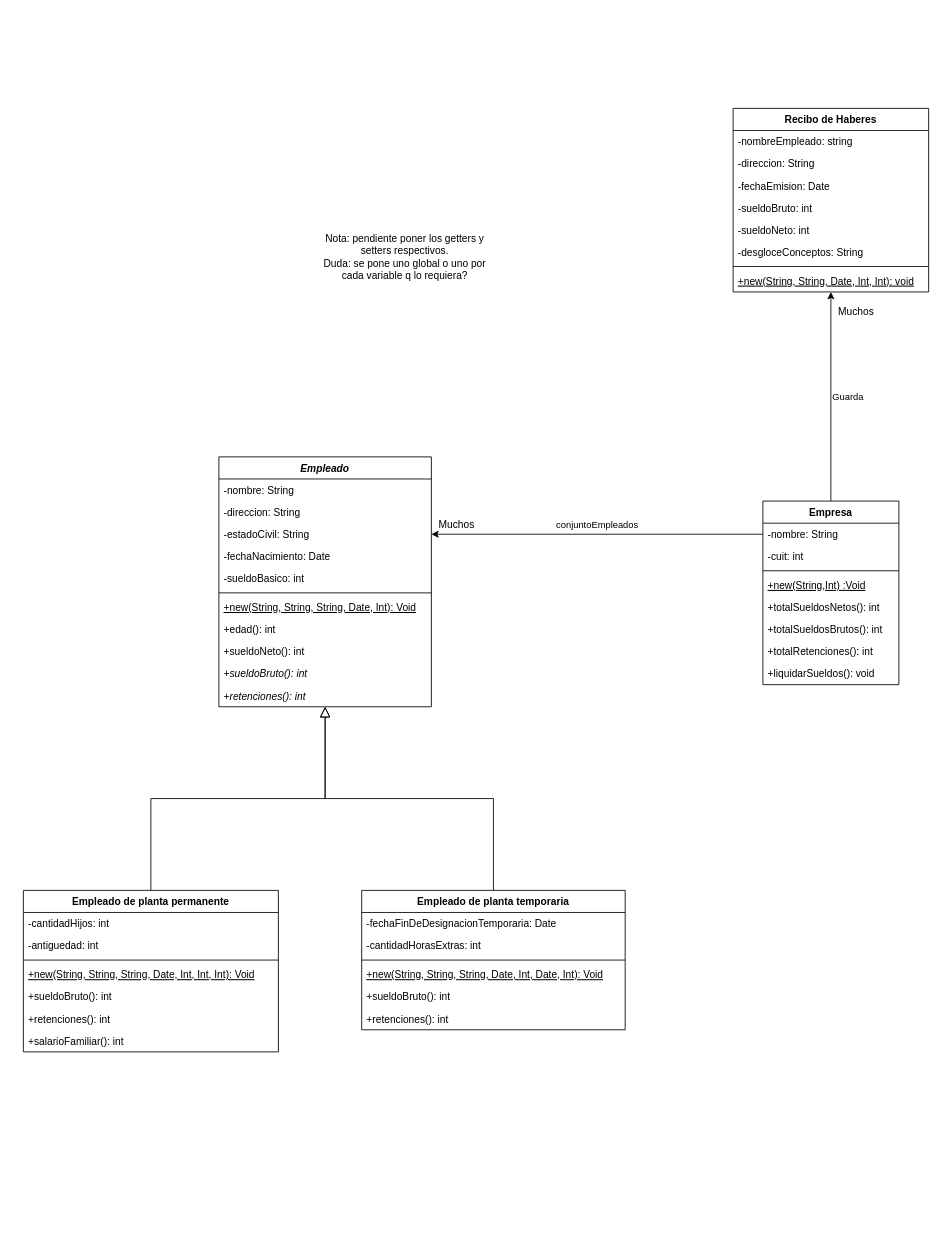
The draw.io diagram Tp02/Tp02-Ejercicio1.drawio in BrianMCiszewskiA/unqui-po2-ciszewski, before the edit. Source tidied: cells renumbered, new cells numbered last; positions are measured from the earlier drawing's top-left corner, leaving out a move shared by most shapes. Both pictures are drawn from the tidied source at 85%, with x=0, y=0 at pixel (23, 108).
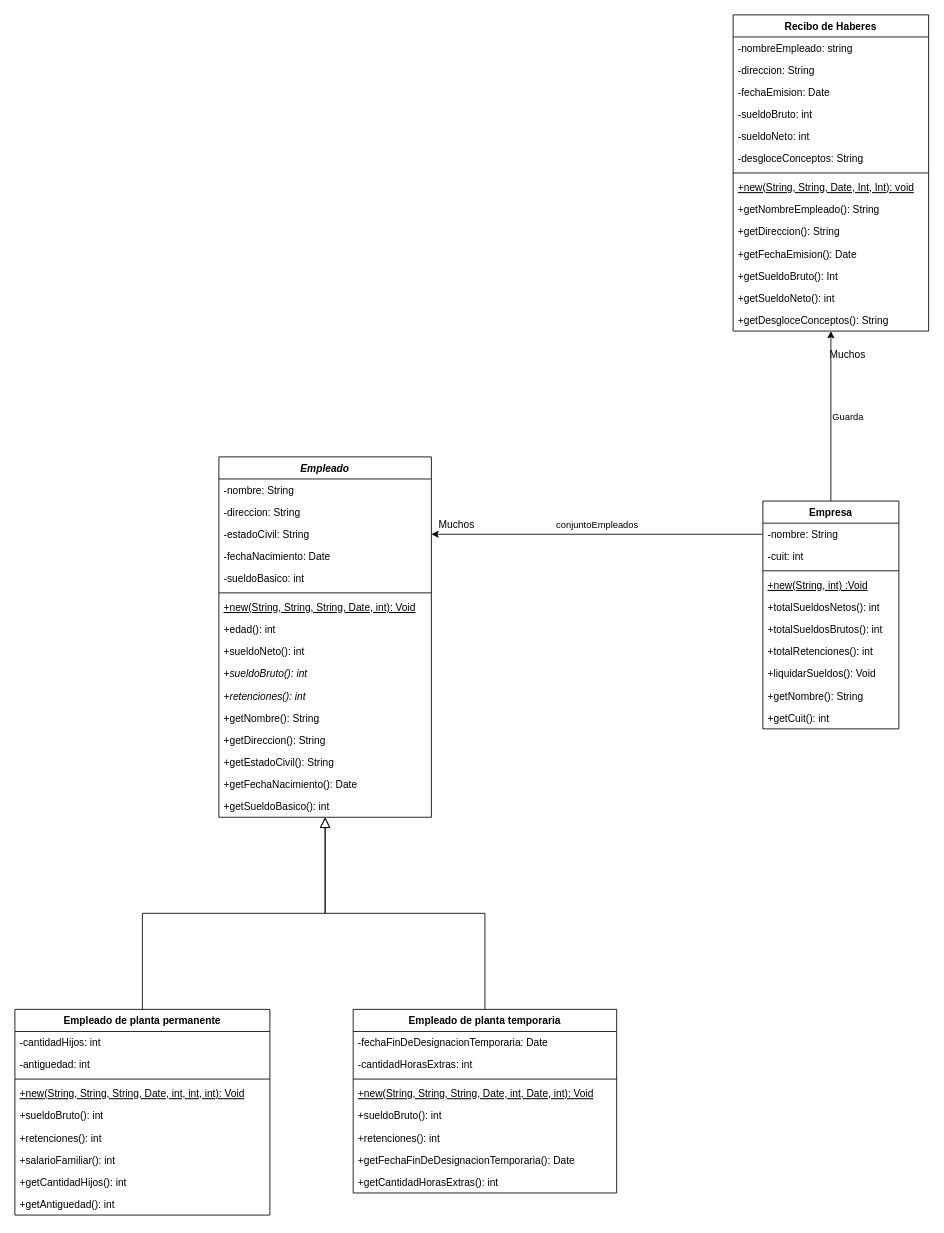
The same page after the edit.

Commit message (it also covers changes not shown here):
Punto 2 y getters agregados

What changed in the source:
```diff
@@
     <mxCell id="3" value="Empleado" style="swimlane;fontStyle=3;align=center;verticalAlign=top;horizontal=1;startSize=26;" parent="1" vertex="1">
-      <mxGeometry x="230" y="410" width="250" height="294" as="geometry" />
+      <mxGeometry x="230" y="410" width="250" height="424" as="geometry" />
     </mxCell>
@@
-    <mxCell id="10" value="+new(String, String, String, Date, Int): Void" style="text;strokeColor=none;fillColor=none;align=left;verticalAlign=top;spacingLeft=4;spacingRight=4;overflow=hidden;fontStyle=4;" parent="3" vertex="1">
+    <mxCell id="10" value="+new(String, String, String, Date, int): Void" style="text;strokeColor=none;fillColor=none;align=left;verticalAlign=top;spacingLeft=4;spacingRight=4;overflow=hidden;fontStyle=4;" parent="3" vertex="1">
       <mxGeometry y="164" width="250" height="26" as="geometry" />
     </mxCell>
@@
+    <mxCell id="55" value="+getNombre(): String" style="text;strokeColor=none;fillColor=none;align=left;verticalAlign=top;spacingLeft=4;spacingRight=4;overflow=hidden;" parent="3" vertex="1">
+      <mxGeometry y="294" width="250" height="26" as="geometry" />
+    </mxCell>
+    <mxCell id="56" value="+getDireccion(): String" style="text;strokeColor=none;fillColor=none;align=left;verticalAlign=top;spacingLeft=4;spacingRight=4;overflow=hidden;" parent="3" vertex="1">
+      <mxGeometry y="320" width="250" height="26" as="geometry" />
+    </mxCell>
+    <mxCell id="57" value="+getEstadoCivil(): String" style="text;strokeColor=none;fillColor=none;align=left;verticalAlign=top;spacingLeft=4;spacingRight=4;overflow=hidden;" parent="3" vertex="1">
+      <mxGeometry y="346" width="250" height="26" as="geometry" />
+    </mxCell>
+    <mxCell id="58" value="+getFechaNacimiento(): Date" style="text;strokeColor=none;fillColor=none;align=left;verticalAlign=top;spacingLeft=4;spacingRight=4;overflow=hidden;" parent="3" vertex="1">
+      <mxGeometry y="372" width="250" height="26" as="geometry" />
+    </mxCell>
+    <mxCell id="59" value="+getSueldoBasico(): int" style="text;strokeColor=none;fillColor=none;align=left;verticalAlign=top;spacingLeft=4;spacingRight=4;overflow=hidden;" parent="3" vertex="1">
+      <mxGeometry y="398" width="250" height="26" as="geometry" />
+    </mxCell>
@@
     <mxCell id="16" value="Empresa" style="swimlane;fontStyle=1;align=center;verticalAlign=top;horizontal=1;startSize=26;" parent="1" vertex="1">
-      <mxGeometry x="870" y="462" width="160" height="216" as="geometry" />
+      <mxGeometry x="870" y="462" width="160" height="268" as="geometry" />
     </mxCell>
@@
-    <mxCell id="20" value="+new(String,Int) :Void" style="text;strokeColor=none;fillColor=none;align=left;verticalAlign=top;spacingLeft=4;spacingRight=4;overflow=hidden;fontStyle=4;" parent="16" vertex="1">
+    <mxCell id="20" value="+new(String, int) :Void" style="text;strokeColor=none;fillColor=none;align=left;verticalAlign=top;spacingLeft=4;spacingRight=4;overflow=hidden;fontStyle=4;" parent="16" vertex="1">
       <mxGeometry y="86" width="160" height="26" as="geometry" />
     </mxCell>
@@
-    <mxCell id="24" value="+liquidarSueldos(): void" style="text;strokeColor=none;fillColor=none;align=left;verticalAlign=top;spacingLeft=4;spacingRight=4;overflow=hidden;" parent="16" vertex="1">
+    <mxCell id="24" value="+liquidarSueldos(): Void" style="text;strokeColor=none;fillColor=none;align=left;verticalAlign=top;spacingLeft=4;spacingRight=4;overflow=hidden;" parent="16" vertex="1">
       <mxGeometry y="190" width="160" height="26" as="geometry" />
     </mxCell>
+    <mxCell id="60" value="+getNombre(): String" style="text;strokeColor=none;fillColor=none;align=left;verticalAlign=top;spacingLeft=4;spacingRight=4;overflow=hidden;" parent="16" vertex="1">
+      <mxGeometry y="216" width="160" height="26" as="geometry" />
+    </mxCell>
+    <mxCell id="61" value="+getCuit(): int" style="text;strokeColor=none;fillColor=none;align=left;verticalAlign=top;spacingLeft=4;spacingRight=4;overflow=hidden;" parent="16" vertex="1">
+      <mxGeometry y="242" width="160" height="26" as="geometry" />
+    </mxCell>
@@
     <mxCell id="26" value="Empleado de planta permanente" style="swimlane;fontStyle=1;align=center;verticalAlign=top;horizontal=1;startSize=26;" parent="1" vertex="1">
-      <mxGeometry y="920" width="300" height="190" as="geometry" />
+      <mxGeometry x="-10" y="1060" width="300" height="242" as="geometry" />
     </mxCell>
@@
-    <mxCell id="30" value="+new(String, String, String, Date, Int, Int, Int): Void" style="text;strokeColor=none;fillColor=none;align=left;verticalAlign=top;spacingLeft=4;spacingRight=4;overflow=hidden;fontStyle=4;" parent="26" vertex="1">
+    <mxCell id="30" value="+new(String, String, String, Date, int, int, int): Void" style="text;strokeColor=none;fillColor=none;align=left;verticalAlign=top;spacingLeft=4;spacingRight=4;overflow=hidden;fontStyle=4;" parent="26" vertex="1">
       <mxGeometry y="86" width="300" height="26" as="geometry" />
     </mxCell>
@@
+    <mxCell id="62" value="+getCantidadHijos(): int" style="text;strokeColor=none;fillColor=none;align=left;verticalAlign=top;spacingLeft=4;spacingRight=4;overflow=hidden;" parent="26" vertex="1">
+      <mxGeometry y="190" width="300" height="26" as="geometry" />
+    </mxCell>
+    <mxCell id="63" value="+getAntiguedad(): int" style="text;strokeColor=none;fillColor=none;align=left;verticalAlign=top;spacingLeft=4;spacingRight=4;overflow=hidden;" parent="26" vertex="1">
+      <mxGeometry y="216" width="300" height="26" as="geometry" />
+    </mxCell>
     <mxCell id="34" value="Empleado de planta temporaria" style="swimlane;fontStyle=1;align=center;verticalAlign=top;horizontal=1;startSize=26;" parent="1" vertex="1">
-      <mxGeometry x="398" y="920" width="310" height="164" as="geometry" />
+      <mxGeometry x="388" y="1060" width="310" height="216" as="geometry" />
     </mxCell>
@@
-    <mxCell id="38" value="+new(String, String, String, Date, Int, Date, Int): Void" style="text;strokeColor=none;fillColor=none;align=left;verticalAlign=top;spacingLeft=4;spacingRight=4;overflow=hidden;fontStyle=4;" parent="34" vertex="1">
+    <mxCell id="38" value="+new(String, String, String, Date, int, Date, int): Void" style="text;strokeColor=none;fillColor=none;align=left;verticalAlign=top;spacingLeft=4;spacingRight=4;overflow=hidden;fontStyle=4;" parent="34" vertex="1">
       <mxGeometry y="86" width="310" height="26" as="geometry" />
     </mxCell>
@@
+    <mxCell id="64" value="+getFechaFinDeDesignacionTemporaria(): Date" style="text;strokeColor=none;fillColor=none;align=left;verticalAlign=top;spacingLeft=4;spacingRight=4;overflow=hidden;" parent="34" vertex="1">
+      <mxGeometry y="164" width="310" height="26" as="geometry" />
+    </mxCell>
+    <mxCell id="65" value="+getCantidadHorasExtras(): int" style="text;strokeColor=none;fillColor=none;align=left;verticalAlign=top;spacingLeft=4;spacingRight=4;overflow=hidden;" parent="34" vertex="1">
+      <mxGeometry y="190" width="310" height="26" as="geometry" />
+    </mxCell>
     <mxCell id="41" value="Muchos" style="text;html=1;strokeColor=none;fillColor=none;align=center;verticalAlign=middle;whiteSpace=wrap;rounded=0;" parent="1" vertex="1">
-      <mxGeometry x="960" y="230" width="40" height="20" as="geometry" />
+      <mxGeometry x="950" y="280" width="40" height="20" as="geometry" />
     </mxCell>
@@
-    <mxCell id="45" value="Nota: pendiente poner los getters y setters respectivos.&lt;br&gt;Duda: se pone uno global o uno por cada variable q lo requiera?" style="text;html=1;strokeColor=none;fillColor=none;align=center;verticalAlign=middle;whiteSpace=wrap;rounded=0;" parent="1" vertex="1">
-      <mxGeometry x="344" y="60" width="210" height="230" as="geometry" />
-    </mxCell>
     <mxCell id="46" value="Recibo de Haberes" style="swimlane;fontStyle=1;align=center;verticalAlign=top;horizontal=1;startSize=26;" parent="1" vertex="1">
-      <mxGeometry x="835" width="230" height="216" as="geometry" />
+      <mxGeometry x="835" y="-110" width="230" height="372" as="geometry" />
     </mxCell>
@@
+    <mxCell id="66" value="+getNombreEmpleado(): String" style="text;strokeColor=none;fillColor=none;align=left;verticalAlign=top;spacingLeft=4;spacingRight=4;overflow=hidden;fontStyle=0;" parent="46" vertex="1">
+      <mxGeometry y="216" width="230" height="26" as="geometry" />
+    </mxCell>
+    <mxCell id="67" value="+getDireccion(): String" style="text;strokeColor=none;fillColor=none;align=left;verticalAlign=top;spacingLeft=4;spacingRight=4;overflow=hidden;fontStyle=0;" parent="46" vertex="1">
+      <mxGeometry y="242" width="230" height="26" as="geometry" />
+    </mxCell>
+    <mxCell id="68" value="+getFechaEmision(): Date" style="text;strokeColor=none;fillColor=none;align=left;verticalAlign=top;spacingLeft=4;spacingRight=4;overflow=hidden;fontStyle=0;" parent="46" vertex="1">
+      <mxGeometry y="268" width="230" height="26" as="geometry" />
+    </mxCell>
+    <mxCell id="69" value="+getSueldoBruto(): Int" style="text;strokeColor=none;fillColor=none;align=left;verticalAlign=top;spacingLeft=4;spacingRight=4;overflow=hidden;" parent="46" vertex="1">
+      <mxGeometry y="294" width="230" height="26" as="geometry" />
+    </mxCell>
+    <mxCell id="70" value="+getSueldoNeto(): int" style="text;strokeColor=none;fillColor=none;align=left;verticalAlign=top;spacingLeft=4;spacingRight=4;overflow=hidden;" parent="46" vertex="1">
+      <mxGeometry y="320" width="230" height="26" as="geometry" />
+    </mxCell>
+    <mxCell id="71" value="+getDesgloceConceptos(): String" style="text;strokeColor=none;fillColor=none;align=left;verticalAlign=top;spacingLeft=4;spacingRight=4;overflow=hidden;" parent="46" vertex="1">
+      <mxGeometry y="346" width="230" height="26" as="geometry" />
+    </mxCell>
```
